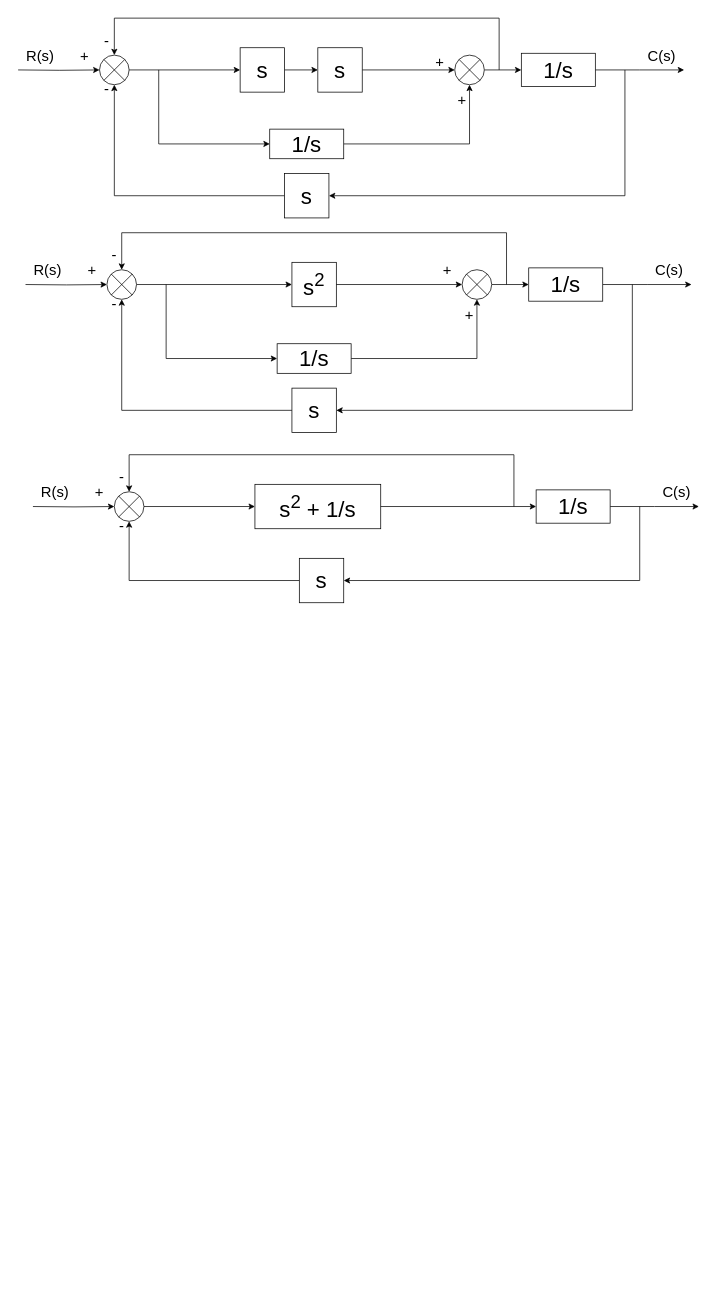
This is Seatwork2_VISTE.drawio from TebbyKape/CPE121, a draw.io file, before an edit. Source tidied: cells renumbered, new cells numbered last; positions are measured from the earlier drawing's top-left corner, leaving out a move shared by most shapes. Both pictures are drawn from the tidied source at 74%, with x=0, y=0 at pixel (18, 18).
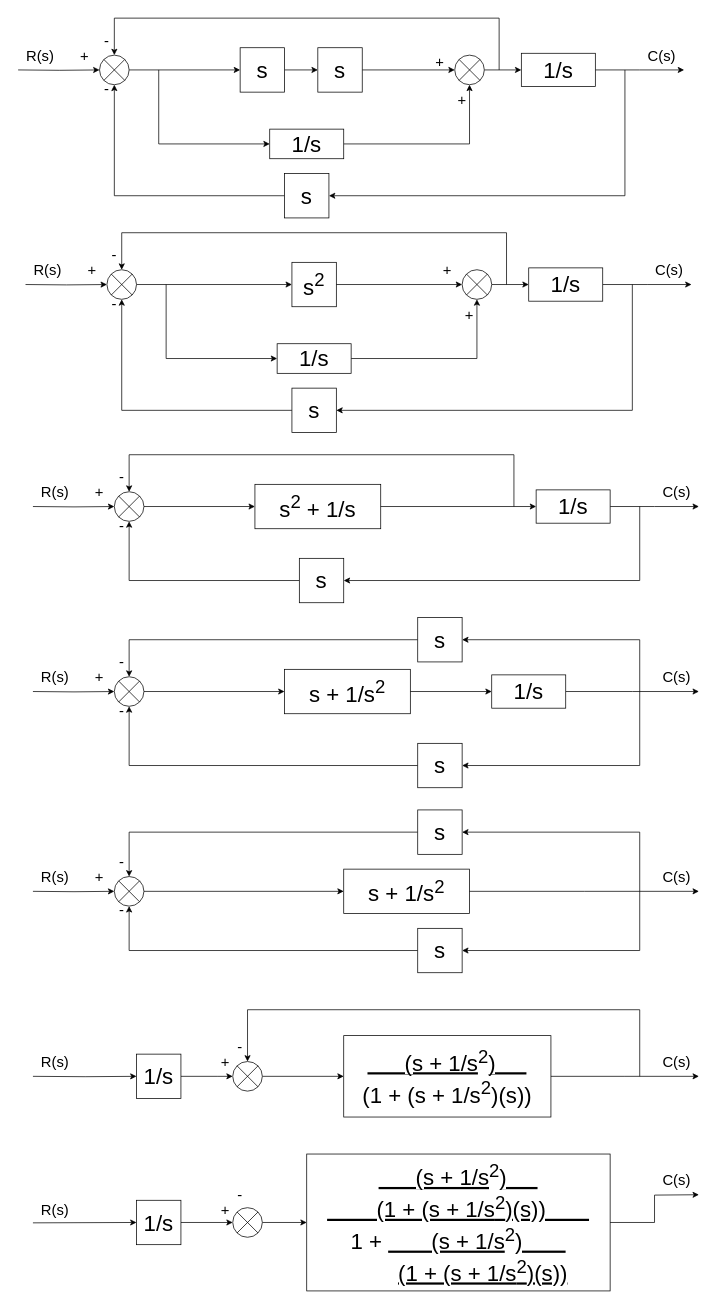
The same page after the edit.

Diff of the diagram source:
```diff
@@
+    <mxCell id="66" style="edgeStyle=orthogonalEdgeStyle;rounded=0;jettySize=auto;html=1;entryX=0;entryY=0.5;entryDx=0;entryDy=0;" parent="1" edge="1" source="67" target="68">
+      <mxGeometry relative="1" as="geometry" />
+    </mxCell>
+    <mxCell id="67" style="shape=sumEllipse;perimeter=ellipsePerimeter;whiteSpace=wrap;html=1;backgroundOutline=1;" parent="1" vertex="1">
+      <mxGeometry x="130" y="890" width="40" height="40" as="geometry" />
+    </mxCell>
+    <mxCell id="68" value="&lt;font style=&quot;font-size: 30px&quot;&gt;s&amp;nbsp;+ 1/s&lt;sup&gt;2&lt;/sup&gt;&lt;/font&gt;" style="whiteSpace=wrap;html=1;align=center;newEdgeStyle={&quot;edgeStyle&quot;:&quot;elbowEdgeStyle&quot;,&quot;startArrow&quot;:&quot;none&quot;,&quot;endArrow&quot;:&quot;none&quot;};" parent="1" vertex="1">
+      <mxGeometry x="360" y="880" width="170" height="60" as="geometry" />
+    </mxCell>
+    <mxCell id="69" style="edgeStyle=orthogonalEdgeStyle;rounded=0;jettySize=auto;html=1;exitX=1;exitY=0.5;exitDx=0;exitDy=0;entryX=0;entryY=0.5;entryDx=0;entryDy=0;" parent="1" edge="1" source="68" target="73">
+      <mxGeometry relative="1" as="geometry" />
+    </mxCell>
+    <mxCell id="70" style="edgeStyle=orthogonalEdgeStyle;rounded=0;jettySize=auto;html=1;entryX=0.5;entryY=0;entryDx=0;entryDy=0;endArrow=classic;endFill=1;exitX=0;exitY=0.5;exitDx=0;exitDy=0;" parent="1" edge="1" source="82" target="67">
+      <mxGeometry relative="1" as="geometry">
+        <Array as="points">
+          <mxPoint x="150" y="840" />
+        </Array>
+      </mxGeometry>
+    </mxCell>
+    <mxCell id="71" style="edgeStyle=orthogonalEdgeStyle;rounded=0;jettySize=auto;html=1;endArrow=classic;endFill=1;entryX=1;entryY=0.5;entryDx=0;entryDy=0;" parent="1" edge="1" target="81">
+      <mxGeometry relative="1" as="geometry">
+        <mxPoint x="840" y="910" as="sourcePoint" />
+        <Array as="points">
+          <mxPoint x="840" y="1010" />
+        </Array>
+      </mxGeometry>
+    </mxCell>
+    <mxCell id="72" style="edgeStyle=orthogonalEdgeStyle;rounded=0;jettySize=auto;html=1;endArrow=classic;endFill=1;" parent="1" edge="1" source="73">
+      <mxGeometry relative="1" as="geometry">
+        <mxPoint x="920" y="910" as="targetPoint" />
+      </mxGeometry>
+    </mxCell>
+    <mxCell id="73" value="&lt;font style=&quot;font-size: 30px&quot;&gt;1/s&lt;/font&gt;" style="whiteSpace=wrap;html=1;align=center;newEdgeStyle={&quot;edgeStyle&quot;:&quot;elbowEdgeStyle&quot;,&quot;startArrow&quot;:&quot;none&quot;,&quot;endArrow&quot;:&quot;none&quot;};" parent="1" vertex="1">
+      <mxGeometry x="640" y="887.5" width="100" height="45" as="geometry" />
+    </mxCell>
+    <mxCell id="74" style="edgeStyle=orthogonalEdgeStyle;rounded=0;jettySize=auto;html=1;entryX=0.5;entryY=1;entryDx=0;entryDy=0;endArrow=classic;endFill=1;exitX=0;exitY=0.5;exitDx=0;exitDy=0;" parent="1" edge="1" source="81" target="67">
+      <mxGeometry relative="1" as="geometry" />
+    </mxCell>
+    <mxCell id="75" style="edgeStyle=orthogonalEdgeStyle;rounded=0;jettySize=auto;html=1;entryX=0;entryY=0.5;entryDx=0;entryDy=0;" parent="1" edge="1" target="67">
+      <mxGeometry relative="1" as="geometry">
+        <mxPoint x="20" y="910" as="sourcePoint" />
+      </mxGeometry>
+    </mxCell>
+    <mxCell id="76" value="&lt;font style=&quot;font-size: 20px&quot;&gt;R(s)&lt;/font&gt;" style="text;html=1;strokeColor=none;fillColor=none;align=center;verticalAlign=middle;whiteSpace=wrap;rounded=0;" parent="1" vertex="1">
+      <mxGeometry x="30" y="880" width="40" height="20" as="geometry" />
+    </mxCell>
+    <mxCell id="77" value="&lt;font style=&quot;font-size: 20px&quot;&gt;C(s)&lt;/font&gt;" style="text;html=1;strokeColor=none;fillColor=none;align=center;verticalAlign=middle;whiteSpace=wrap;rounded=0;" parent="1" vertex="1">
+      <mxGeometry x="870" y="880" width="40" height="20" as="geometry" />
+    </mxCell>
+    <mxCell id="78" value="&lt;font style=&quot;font-size: 20px&quot;&gt;-&lt;/font&gt;" style="text;html=1;strokeColor=none;fillColor=none;align=center;verticalAlign=middle;whiteSpace=wrap;rounded=0;" parent="1" vertex="1">
+      <mxGeometry x="130" y="925" width="20" height="20" as="geometry" />
+    </mxCell>
+    <mxCell id="79" value="&lt;font style=&quot;font-size: 20px&quot;&gt;+&lt;/font&gt;" style="text;html=1;strokeColor=none;fillColor=none;align=center;verticalAlign=middle;whiteSpace=wrap;rounded=0;" parent="1" vertex="1">
+      <mxGeometry x="100" y="880" width="20" height="20" as="geometry" />
+    </mxCell>
+    <mxCell id="80" value="&lt;font style=&quot;font-size: 20px&quot;&gt;-&lt;/font&gt;" style="text;html=1;strokeColor=none;fillColor=none;align=center;verticalAlign=middle;whiteSpace=wrap;rounded=0;" parent="1" vertex="1">
+      <mxGeometry x="130" y="860" width="20" height="20" as="geometry" />
+    </mxCell>
+    <mxCell id="81" value="&lt;font style=&quot;font-size: 30px&quot;&gt;s&lt;/font&gt;" style="whiteSpace=wrap;html=1;align=center;newEdgeStyle={&quot;edgeStyle&quot;:&quot;elbowEdgeStyle&quot;,&quot;startArrow&quot;:&quot;none&quot;,&quot;endArrow&quot;:&quot;none&quot;};" parent="1" vertex="1">
+      <mxGeometry x="540" y="980" width="60" height="60" as="geometry" />
+    </mxCell>
+    <mxCell id="82" value="&lt;font style=&quot;font-size: 30px&quot;&gt;s&lt;/font&gt;" style="whiteSpace=wrap;html=1;align=center;newEdgeStyle={&quot;edgeStyle&quot;:&quot;elbowEdgeStyle&quot;,&quot;startArrow&quot;:&quot;none&quot;,&quot;endArrow&quot;:&quot;none&quot;};" parent="1" vertex="1">
+      <mxGeometry x="540" y="810" width="60" height="60" as="geometry" />
+    </mxCell>
+    <mxCell id="83" style="edgeStyle=orthogonalEdgeStyle;rounded=0;jettySize=auto;html=1;endArrow=classic;endFill=1;entryX=1;entryY=0.5;entryDx=0;entryDy=0;" parent="1" edge="1" target="82">
+      <mxGeometry relative="1" as="geometry">
+        <mxPoint x="840" y="910" as="sourcePoint" />
+        <Array as="points">
+          <mxPoint x="840" y="840" />
+        </Array>
+      </mxGeometry>
+    </mxCell>
+    <mxCell id="84" style="edgeStyle=orthogonalEdgeStyle;rounded=0;jettySize=auto;html=1;entryX=0;entryY=0.5;entryDx=0;entryDy=0;" parent="1" edge="1" source="85" target="86">
+      <mxGeometry relative="1" as="geometry" />
+    </mxCell>
+    <mxCell id="85" style="shape=sumEllipse;perimeter=ellipsePerimeter;whiteSpace=wrap;html=1;backgroundOutline=1;" parent="1" vertex="1">
+      <mxGeometry x="130" y="1160" width="40" height="40" as="geometry" />
+    </mxCell>
+    <mxCell id="86" value="&lt;font style=&quot;font-size: 30px&quot;&gt;s&amp;nbsp;+ 1/s&lt;sup&gt;2&lt;/sup&gt;&lt;/font&gt;" style="whiteSpace=wrap;html=1;align=center;newEdgeStyle={&quot;edgeStyle&quot;:&quot;elbowEdgeStyle&quot;,&quot;startArrow&quot;:&quot;none&quot;,&quot;endArrow&quot;:&quot;none&quot;};" parent="1" vertex="1">
+      <mxGeometry x="440" y="1150" width="170" height="60" as="geometry" />
+    </mxCell>
+    <mxCell id="87" style="edgeStyle=orthogonalEdgeStyle;rounded=0;jettySize=auto;html=1;entryX=0.5;entryY=0;entryDx=0;entryDy=0;endArrow=classic;endFill=1;exitX=0;exitY=0.5;exitDx=0;exitDy=0;" parent="1" edge="1" source="98" target="85">
+      <mxGeometry relative="1" as="geometry">
+        <Array as="points">
+          <mxPoint x="150" y="1100" />
+        </Array>
+      </mxGeometry>
+    </mxCell>
+    <mxCell id="88" style="edgeStyle=orthogonalEdgeStyle;rounded=0;jettySize=auto;html=1;endArrow=classic;endFill=1;entryX=1;entryY=0.5;entryDx=0;entryDy=0;" parent="1" edge="1" target="97">
+      <mxGeometry relative="1" as="geometry">
+        <mxPoint x="840" y="1180" as="sourcePoint" />
+        <Array as="points">
+          <mxPoint x="840" y="1260" />
+        </Array>
+      </mxGeometry>
+    </mxCell>
+    <mxCell id="89" style="edgeStyle=orthogonalEdgeStyle;rounded=0;jettySize=auto;html=1;endArrow=classic;endFill=1;exitX=1;exitY=0.5;exitDx=0;exitDy=0;" parent="1" edge="1" source="86">
+      <mxGeometry relative="1" as="geometry">
+        <mxPoint x="920" y="1180" as="targetPoint" />
+      </mxGeometry>
+    </mxCell>
+    <mxCell id="90" style="edgeStyle=orthogonalEdgeStyle;rounded=0;jettySize=auto;html=1;entryX=0.5;entryY=1;entryDx=0;entryDy=0;endArrow=classic;endFill=1;exitX=0;exitY=0.5;exitDx=0;exitDy=0;" parent="1" edge="1" source="97" target="85">
+      <mxGeometry relative="1" as="geometry" />
+    </mxCell>
+    <mxCell id="91" style="edgeStyle=orthogonalEdgeStyle;rounded=0;jettySize=auto;html=1;entryX=0;entryY=0.5;entryDx=0;entryDy=0;" parent="1" edge="1" target="85">
+      <mxGeometry relative="1" as="geometry">
+        <mxPoint x="20" y="1180" as="sourcePoint" />
+      </mxGeometry>
+    </mxCell>
+    <mxCell id="92" value="&lt;font style=&quot;font-size: 20px&quot;&gt;R(s)&lt;/font&gt;" style="text;html=1;strokeColor=none;fillColor=none;align=center;verticalAlign=middle;whiteSpace=wrap;rounded=0;" parent="1" vertex="1">
+      <mxGeometry x="30" y="1150" width="40" height="20" as="geometry" />
+    </mxCell>
+    <mxCell id="93" value="&lt;font style=&quot;font-size: 20px&quot;&gt;C(s)&lt;/font&gt;" style="text;html=1;strokeColor=none;fillColor=none;align=center;verticalAlign=middle;whiteSpace=wrap;rounded=0;" parent="1" vertex="1">
+      <mxGeometry x="870" y="1150" width="40" height="20" as="geometry" />
+    </mxCell>
+    <mxCell id="94" value="&lt;font style=&quot;font-size: 20px&quot;&gt;-&lt;/font&gt;" style="text;html=1;strokeColor=none;fillColor=none;align=center;verticalAlign=middle;whiteSpace=wrap;rounded=0;" parent="1" vertex="1">
+      <mxGeometry x="130" y="1195" width="20" height="20" as="geometry" />
+    </mxCell>
+    <mxCell id="95" value="&lt;font style=&quot;font-size: 20px&quot;&gt;+&lt;/font&gt;" style="text;html=1;strokeColor=none;fillColor=none;align=center;verticalAlign=middle;whiteSpace=wrap;rounded=0;" parent="1" vertex="1">
+      <mxGeometry x="100" y="1150" width="20" height="20" as="geometry" />
+    </mxCell>
+    <mxCell id="96" value="&lt;font style=&quot;font-size: 20px&quot;&gt;-&lt;/font&gt;" style="text;html=1;strokeColor=none;fillColor=none;align=center;verticalAlign=middle;whiteSpace=wrap;rounded=0;" parent="1" vertex="1">
+      <mxGeometry x="130" y="1130" width="20" height="20" as="geometry" />
+    </mxCell>
+    <mxCell id="97" value="&lt;font style=&quot;font-size: 30px&quot;&gt;s&lt;/font&gt;" style="whiteSpace=wrap;html=1;align=center;newEdgeStyle={&quot;edgeStyle&quot;:&quot;elbowEdgeStyle&quot;,&quot;startArrow&quot;:&quot;none&quot;,&quot;endArrow&quot;:&quot;none&quot;};" parent="1" vertex="1">
+      <mxGeometry x="540" y="1230" width="60" height="60" as="geometry" />
+    </mxCell>
+    <mxCell id="98" value="&lt;font style=&quot;font-size: 30px&quot;&gt;s&lt;/font&gt;" style="whiteSpace=wrap;html=1;align=center;newEdgeStyle={&quot;edgeStyle&quot;:&quot;elbowEdgeStyle&quot;,&quot;startArrow&quot;:&quot;none&quot;,&quot;endArrow&quot;:&quot;none&quot;};" parent="1" vertex="1">
+      <mxGeometry x="540" y="1070" width="60" height="60" as="geometry" />
+    </mxCell>
+    <mxCell id="99" style="edgeStyle=orthogonalEdgeStyle;rounded=0;jettySize=auto;html=1;endArrow=classic;endFill=1;entryX=1;entryY=0.5;entryDx=0;entryDy=0;" parent="1" edge="1" target="98">
+      <mxGeometry relative="1" as="geometry">
+        <mxPoint x="840" y="1180" as="sourcePoint" />
+        <Array as="points">
+          <mxPoint x="840" y="1100" />
+        </Array>
+      </mxGeometry>
+    </mxCell>
+    <mxCell id="100" style="edgeStyle=orthogonalEdgeStyle;rounded=0;jettySize=auto;html=1;entryX=0;entryY=0.5;entryDx=0;entryDy=0;" parent="1" edge="1" source="101" target="102">
+      <mxGeometry relative="1" as="geometry" />
+    </mxCell>
+    <mxCell id="101" style="shape=sumEllipse;perimeter=ellipsePerimeter;whiteSpace=wrap;html=1;backgroundOutline=1;" parent="1" vertex="1">
+      <mxGeometry x="290" y="1410" width="40" height="40" as="geometry" />
+    </mxCell>
+    <mxCell id="102" value="&lt;font style=&quot;font-size: 30px&quot;&gt;&lt;u&gt;&amp;nbsp; &amp;nbsp; &amp;nbsp; (s&amp;nbsp;+ 1/s&lt;/u&gt;&lt;sup&gt;2&lt;/sup&gt;&lt;u&gt;)&amp;nbsp; &amp;nbsp; &amp;nbsp;&lt;/u&gt;&lt;br&gt;(1 + (s&amp;nbsp;+ 1/s&lt;sup&gt;2&lt;/sup&gt;)(s))&lt;br&gt;&lt;/font&gt;" style="whiteSpace=wrap;html=1;align=center;newEdgeStyle={&quot;edgeStyle&quot;:&quot;elbowEdgeStyle&quot;,&quot;startArrow&quot;:&quot;none&quot;,&quot;endArrow&quot;:&quot;none&quot;};" parent="1" vertex="1">
+      <mxGeometry x="440" y="1375" width="280" height="110" as="geometry" />
+    </mxCell>
+    <mxCell id="103" style="edgeStyle=orthogonalEdgeStyle;rounded=0;jettySize=auto;html=1;endArrow=classic;endFill=1;exitX=1;exitY=0.5;exitDx=0;exitDy=0;entryX=0;entryY=0.5;entryDx=0;entryDy=0;" parent="1" edge="1" source="109" target="101">
+      <mxGeometry relative="1" as="geometry">
+        <Array as="points">
+          <mxPoint x="270" y="1430" />
+          <mxPoint x="270" y="1430" />
+        </Array>
+      </mxGeometry>
+    </mxCell>
+    <mxCell id="104" style="edgeStyle=orthogonalEdgeStyle;rounded=0;jettySize=auto;html=1;endArrow=classic;endFill=1;exitX=1;exitY=0.5;exitDx=0;exitDy=0;" parent="1" edge="1" source="102">
+      <mxGeometry relative="1" as="geometry">
+        <mxPoint x="920" y="1430" as="targetPoint" />
+      </mxGeometry>
+    </mxCell>
+    <mxCell id="105" style="edgeStyle=orthogonalEdgeStyle;rounded=0;jettySize=auto;html=1;entryX=0;entryY=0.5;entryDx=0;entryDy=0;" parent="1" edge="1" target="109">
+      <mxGeometry relative="1" as="geometry">
+        <mxPoint x="20" y="1430" as="sourcePoint" />
+      </mxGeometry>
+    </mxCell>
+    <mxCell id="106" value="&lt;font style=&quot;font-size: 20px&quot;&gt;R(s)&lt;/font&gt;" style="text;html=1;strokeColor=none;fillColor=none;align=center;verticalAlign=middle;whiteSpace=wrap;rounded=0;" parent="1" vertex="1">
+      <mxGeometry x="30" y="1400" width="40" height="20" as="geometry" />
+    </mxCell>
+    <mxCell id="107" value="&lt;font style=&quot;font-size: 20px&quot;&gt;C(s)&lt;/font&gt;" style="text;html=1;strokeColor=none;fillColor=none;align=center;verticalAlign=middle;whiteSpace=wrap;rounded=0;" parent="1" vertex="1">
+      <mxGeometry x="870" y="1400" width="40" height="20" as="geometry" />
+    </mxCell>
+    <mxCell id="108" value="&lt;font style=&quot;font-size: 20px&quot;&gt;+&lt;/font&gt;" style="text;html=1;strokeColor=none;fillColor=none;align=center;verticalAlign=middle;whiteSpace=wrap;rounded=0;" parent="1" vertex="1">
+      <mxGeometry x="270" y="1400" width="20" height="20" as="geometry" />
+    </mxCell>
+    <mxCell id="109" value="&lt;span style=&quot;font-size: 30px&quot;&gt;1/s&lt;/span&gt;" style="whiteSpace=wrap;html=1;align=center;newEdgeStyle={&quot;edgeStyle&quot;:&quot;elbowEdgeStyle&quot;,&quot;startArrow&quot;:&quot;none&quot;,&quot;endArrow&quot;:&quot;none&quot;};" parent="1" vertex="1">
+      <mxGeometry x="160" y="1400" width="60" height="60" as="geometry" />
+    </mxCell>
+    <mxCell id="110" value="&lt;font style=&quot;font-size: 20px&quot;&gt;-&lt;/font&gt;" style="text;html=1;strokeColor=none;fillColor=none;align=center;verticalAlign=middle;whiteSpace=wrap;rounded=0;" parent="1" vertex="1">
+      <mxGeometry x="290" y="1380" width="20" height="20" as="geometry" />
+    </mxCell>
+    <mxCell id="111" style="edgeStyle=orthogonalEdgeStyle;rounded=0;jettySize=auto;html=1;endArrow=classic;endFill=1;entryX=0.5;entryY=0;entryDx=0;entryDy=0;" parent="1" edge="1" target="101">
+      <mxGeometry relative="1" as="geometry">
+        <mxPoint x="840" y="1430" as="sourcePoint" />
+        <Array as="points">
+          <mxPoint x="840" y="1340" />
+          <mxPoint x="310" y="1340" />
+        </Array>
+      </mxGeometry>
+    </mxCell>
+    <mxCell id="112" style="edgeStyle=orthogonalEdgeStyle;rounded=0;jettySize=auto;html=1;entryX=0;entryY=0.5;entryDx=0;entryDy=0;" parent="1" edge="1" source="113" target="114">
+      <mxGeometry relative="1" as="geometry" />
+    </mxCell>
+    <mxCell id="113" style="shape=sumEllipse;perimeter=ellipsePerimeter;whiteSpace=wrap;html=1;backgroundOutline=1;" parent="1" vertex="1">
+      <mxGeometry x="290" y="1607.5" width="40" height="40" as="geometry" />
+    </mxCell>
+    <mxCell id="114" value="&lt;font style=&quot;font-size: 30px&quot;&gt;&lt;u&gt;&amp;nbsp; &amp;nbsp; &amp;nbsp; (s&amp;nbsp;+ 1/s&lt;/u&gt;&lt;sup&gt;2&lt;/sup&gt;&lt;u&gt;)&amp;nbsp; &amp;nbsp; &amp;nbsp;&lt;/u&gt;&lt;br&gt;&lt;u&gt;&amp;nbsp; &amp;nbsp; &amp;nbsp; &amp;nbsp; (1 + (s&amp;nbsp;+ 1/s&lt;sup&gt;2&lt;/sup&gt;)(s))&amp;nbsp; &amp;nbsp; &amp;nbsp; &amp;nbsp;&lt;/u&gt;&lt;br&gt;1 +&amp;nbsp;&lt;u&gt;&amp;nbsp;&amp;nbsp; &amp;nbsp; &amp;nbsp; (s&amp;nbsp;+ 1/s&lt;/u&gt;&lt;sup&gt;2&lt;/sup&gt;&lt;u&gt;)&amp;nbsp; &amp;nbsp; &amp;nbsp; &amp;nbsp;&lt;/u&gt;&lt;br&gt;&amp;nbsp; &amp;nbsp; &amp;nbsp; &amp;nbsp;&amp;nbsp;&lt;u&gt;(1 + (s&amp;nbsp;+ 1/s&lt;sup&gt;2&lt;/sup&gt;)(s))&lt;/u&gt;&lt;br&gt;&lt;/font&gt;" style="whiteSpace=wrap;html=1;align=center;newEdgeStyle={&quot;edgeStyle&quot;:&quot;elbowEdgeStyle&quot;,&quot;startArrow&quot;:&quot;none&quot;,&quot;endArrow&quot;:&quot;none&quot;};" parent="1" vertex="1">
+      <mxGeometry x="390" y="1535" width="410" height="185" as="geometry" />
+    </mxCell>
+    <mxCell id="115" style="edgeStyle=orthogonalEdgeStyle;rounded=0;jettySize=auto;html=1;endArrow=classic;endFill=1;exitX=1;exitY=0.5;exitDx=0;exitDy=0;entryX=0;entryY=0.5;entryDx=0;entryDy=0;" parent="1" edge="1" source="121" target="113">
+      <mxGeometry relative="1" as="geometry">
+        <Array as="points">
+          <mxPoint x="290" y="1628" />
+        </Array>
+      </mxGeometry>
+    </mxCell>
+    <mxCell id="116" style="edgeStyle=orthogonalEdgeStyle;rounded=0;jettySize=auto;html=1;endArrow=classic;endFill=1;exitX=1;exitY=0.5;exitDx=0;exitDy=0;" parent="1" edge="1" source="114">
+      <mxGeometry relative="1" as="geometry">
+        <mxPoint x="920" y="1590" as="targetPoint" />
+      </mxGeometry>
+    </mxCell>
+    <mxCell id="117" style="edgeStyle=orthogonalEdgeStyle;rounded=0;jettySize=auto;html=1;entryX=0;entryY=0.5;entryDx=0;entryDy=0;" parent="1" edge="1" target="121">
+      <mxGeometry relative="1" as="geometry">
+        <mxPoint x="20" y="1628" as="sourcePoint" />
+        <Array as="points">
+          <mxPoint x="20" y="1628" />
+          <mxPoint x="30" y="1628" />
+        </Array>
+      </mxGeometry>
+    </mxCell>
+    <mxCell id="118" value="&lt;font style=&quot;font-size: 20px&quot;&gt;R(s)&lt;/font&gt;" style="text;html=1;strokeColor=none;fillColor=none;align=center;verticalAlign=middle;whiteSpace=wrap;rounded=0;" parent="1" vertex="1">
+      <mxGeometry x="30" y="1600" width="40" height="20" as="geometry" />
+    </mxCell>
+    <mxCell id="119" value="&lt;font style=&quot;font-size: 20px&quot;&gt;C(s)&lt;/font&gt;" style="text;html=1;strokeColor=none;fillColor=none;align=center;verticalAlign=middle;whiteSpace=wrap;rounded=0;" parent="1" vertex="1">
+      <mxGeometry x="870" y="1560" width="40" height="20" as="geometry" />
+    </mxCell>
+    <mxCell id="120" value="&lt;font style=&quot;font-size: 20px&quot;&gt;+&lt;/font&gt;" style="text;html=1;strokeColor=none;fillColor=none;align=center;verticalAlign=middle;whiteSpace=wrap;rounded=0;" parent="1" vertex="1">
+      <mxGeometry x="270" y="1600" width="20" height="20" as="geometry" />
+    </mxCell>
+    <mxCell id="121" value="&lt;span style=&quot;font-size: 30px&quot;&gt;1/s&lt;/span&gt;" style="whiteSpace=wrap;html=1;align=center;newEdgeStyle={&quot;edgeStyle&quot;:&quot;elbowEdgeStyle&quot;,&quot;startArrow&quot;:&quot;none&quot;,&quot;endArrow&quot;:&quot;none&quot;};" parent="1" vertex="1">
+      <mxGeometry x="160" y="1597.5" width="60" height="60" as="geometry" />
+    </mxCell>
+    <mxCell id="122" value="&lt;font style=&quot;font-size: 20px&quot;&gt;-&lt;/font&gt;" style="text;html=1;strokeColor=none;fillColor=none;align=center;verticalAlign=middle;whiteSpace=wrap;rounded=0;" parent="1" vertex="1">
+      <mxGeometry x="290" y="1580" width="20" height="20" as="geometry" />
+    </mxCell>
```
